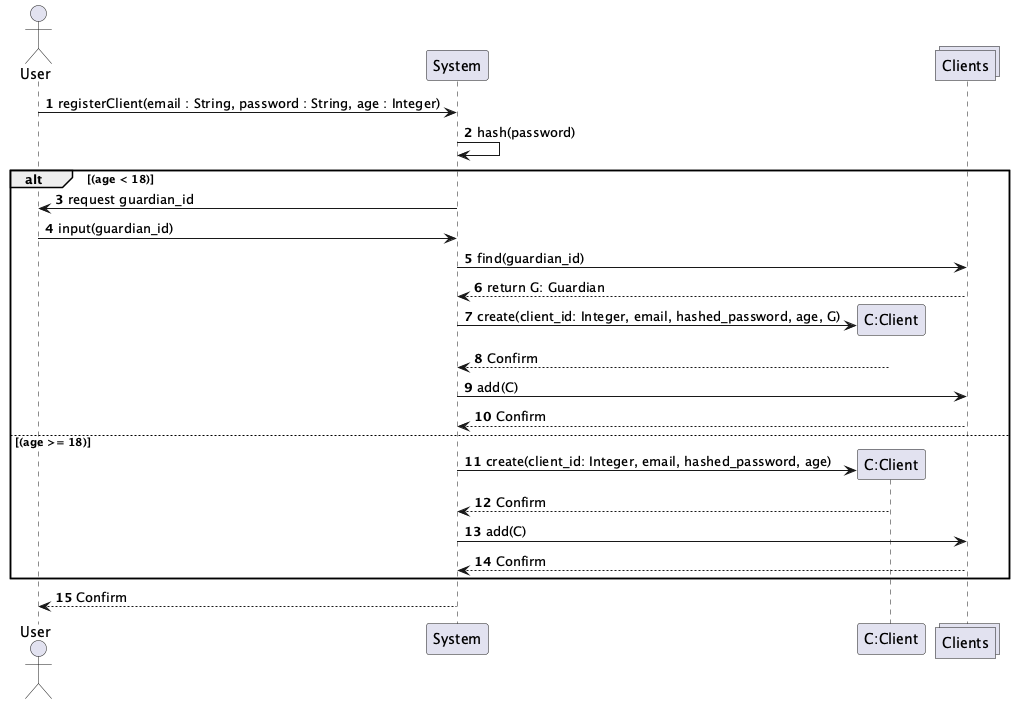
Before: UML-Diagrams/Interaction/Client/Client-Interactions.png, a diagram exported from PlantUML (vibqetowi/soen-342-project).
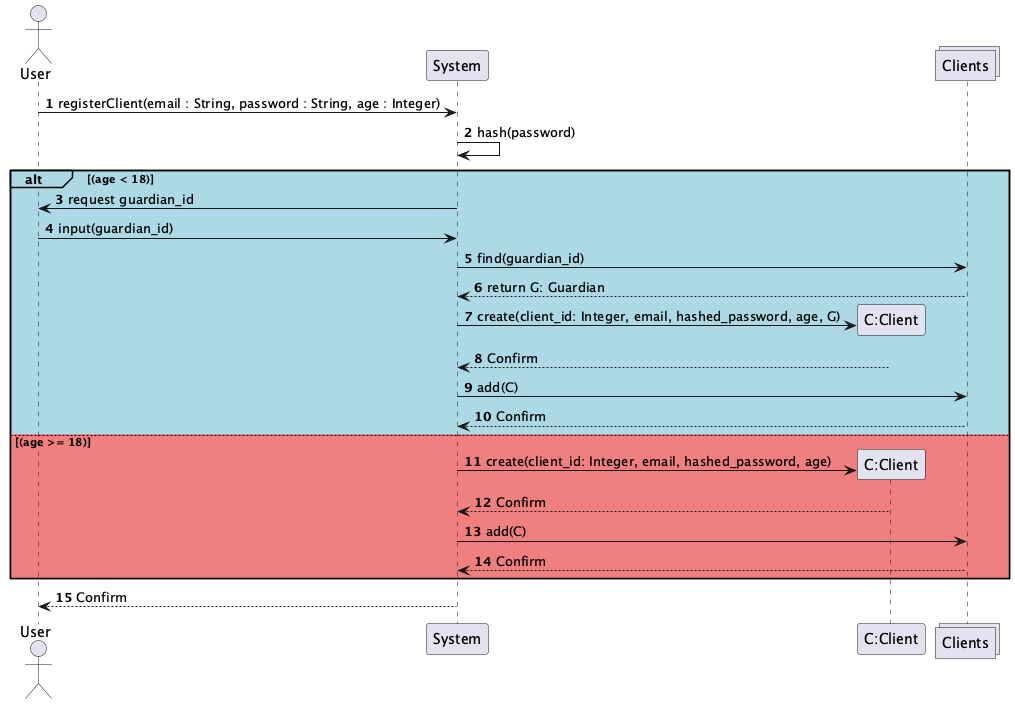
Later version of the same file.

Change to the diagram source:
```diff
@@ -9,7 +9,7 @@
 User -> System : registerClient(email : String, password : String, age : Integer)
 System -> System : hash(password)
 
-alt (age < 18)
+alt#LightBlue #LightBlue (age < 18)
     System -> User : request guardian_id
     User -> System : input(guardian_id)
     System -> Clients : find(guardian_id)
@@ -18,7 +18,7 @@
     "C:Client" --> System : Confirm
     System -> Clients : add(C)
     Clients --> System : Confirm
-else (age >= 18)
+else #LightCoral (age >= 18)
     System -> "C:Client" ** : create(client_id: Integer, email, hashed_password, age)
     "C:Client" --> System : Confirm
     System -> Clients : add(C)
```
